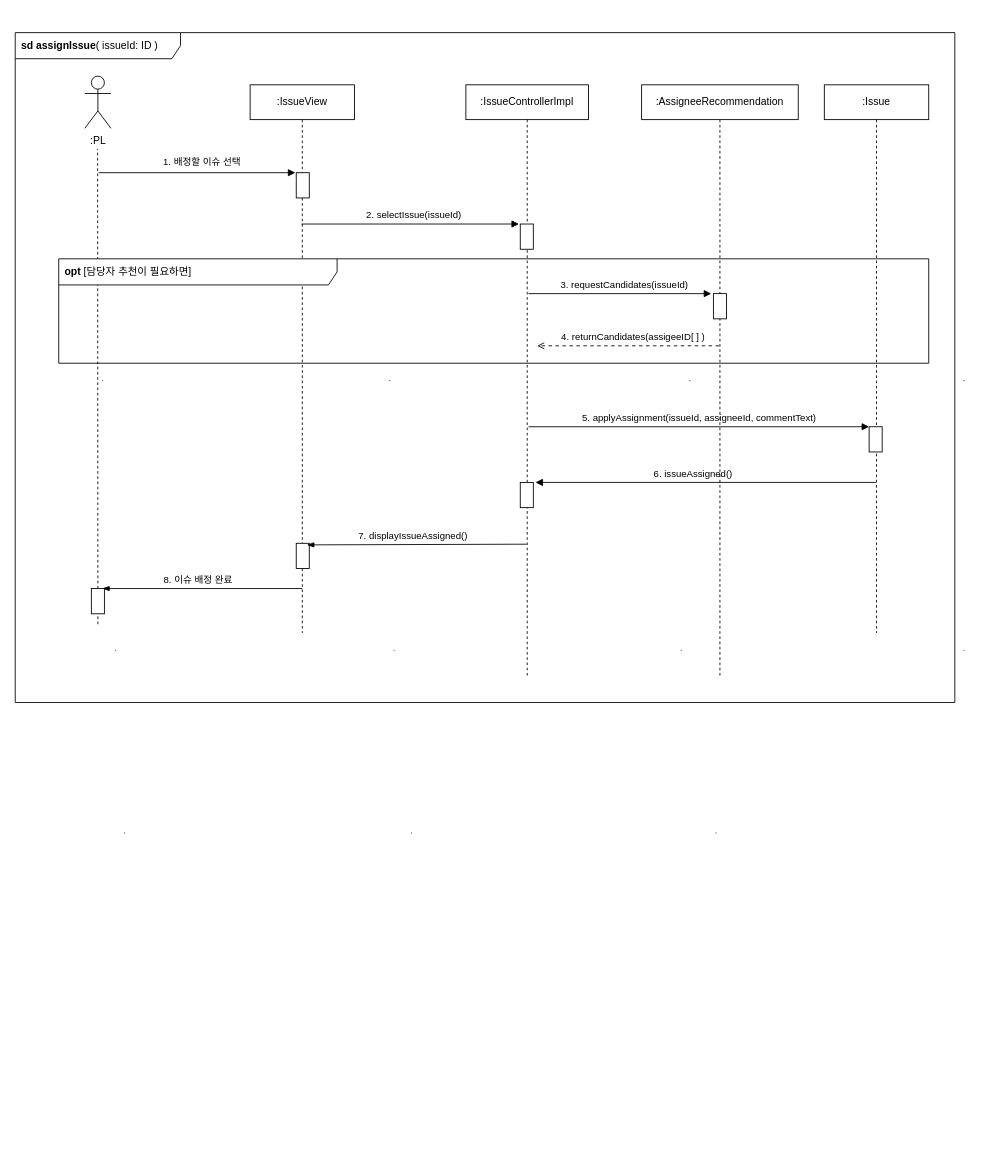
Above: docs/산출물/04. SSD& Operation Contract/Ver1.0/uc03-ssd.drawio in cau-sw-2026-spring-se01-team5/SE-Spring-Term-Project (draw.io), before the change. Source tidied: cells renumbered, new cells numbered last; positions are measured from the earlier drawing's top-left corner, leaving out a move shared by most shapes. Both pictures are drawn from the tidied source at 87%, with x=0, y=0 at pixel (15, 32).
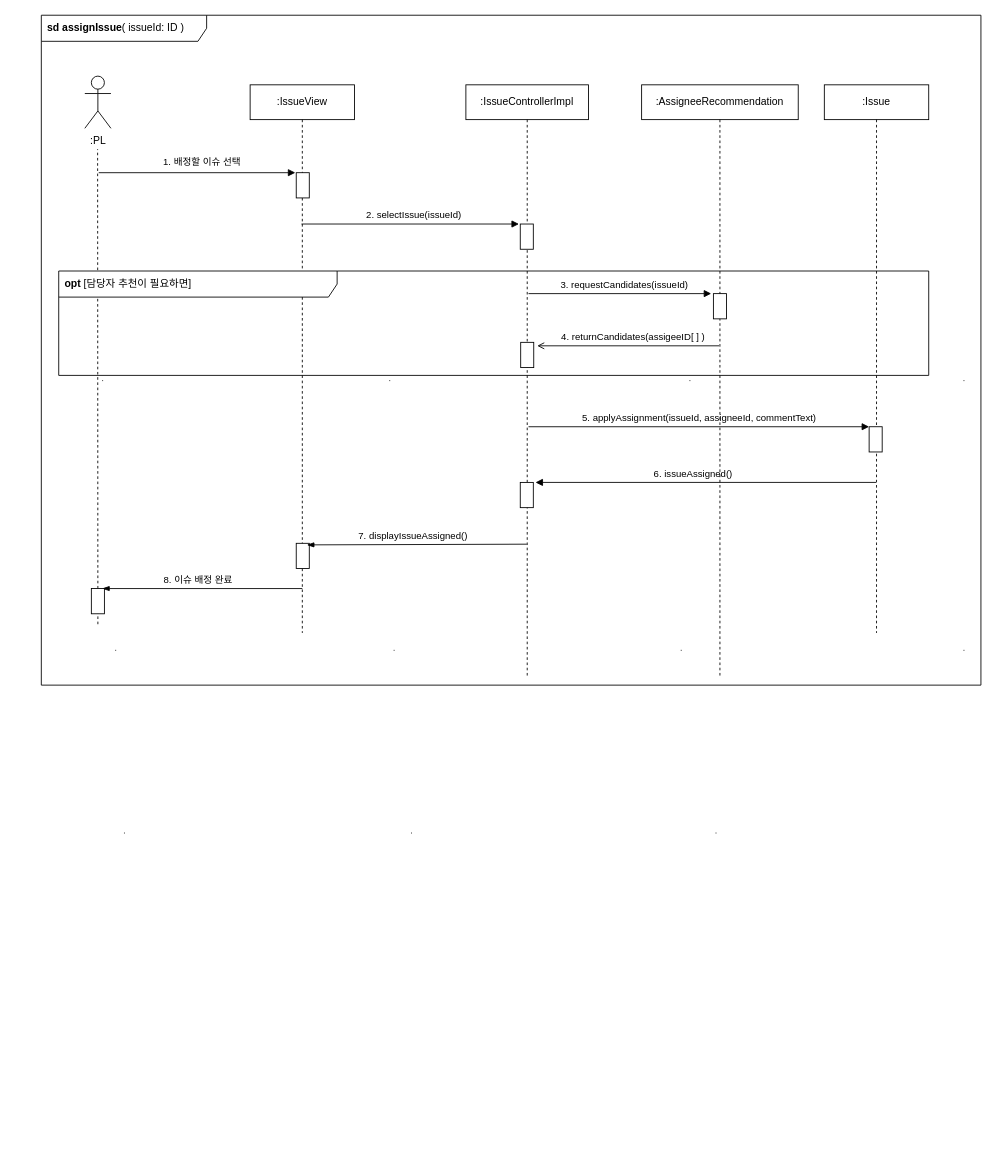
The same page after the edit.

Commit message (it also covers changes not shown here):
SSD 03 디자인 수정

The change refers to these unchanged cells:
```xml
<mxCell id="21" value="&lt;span style=&quot;&quot;&gt;:IssueControllerImpl&lt;/span&gt;" style="shape=umlLifeline;perimeter=lifelinePerimeter;whiteSpace=wrap;html=1;" parent="1" vertex="1">
  <mxGeometry x="518" y="60" width="141" height="680" as="geometry" />
</mxCell>
<mxCell id="29" value="&lt;span style=&quot;&quot;&gt;:AssigneeRecommendation&lt;/span&gt;" style="shape=umlLifeline;perimeter=lifelinePerimeter;whiteSpace=wrap;html=1;" parent="1" vertex="1">
  <mxGeometry x="720" y="60" width="180" height="680" as="geometry" />
</mxCell>
```

Change to the diagram source:
```diff
@@
+    <mxCell id="38" style="rounded=0;whiteSpace=wrap;html=1;strokeColor=#000000;strokeWidth=1;fillColor=default;" parent="21" vertex="1">
+      <mxGeometry x="63" y="296" width="15" height="29" as="geometry" />
+    </mxCell>
@@
-    <mxCell id="31" value="4. returnCandidates(assigeeID[ ] )" style="endArrow=open;endFill=0;dashed=1;dashPattern=4 4;html=1;" parent="29" edge="1">
+    <mxCell id="31" value="4. returnCandidates(assigeeID[ ] )" style="endArrow=open;endFill=0;html=1;" parent="29" edge="1">
       <mxGeometry x="-0.05" y="-10" relative="1" as="geometry">
         <mxPoint x="89" y="300" as="sourcePoint" />
         <mxPoint x="-120" y="300" as="targetPoint" />
       </mxGeometry>
     </mxCell>
     <mxCell id="32" value="&lt;span style=&quot;&quot;&gt;&lt;b&gt;opt&lt;/b&gt; [담당자 추천이 필요하면]&lt;/span&gt;" style="shape=umlFrame;whiteSpace=wrap;html=1;width=320;height=30;boundedLbl=1;verticalAlign=middle;align=left;spacingLeft=5;strokeColor=#000000;strokeWidth=1;fillColor=default;" parent="1" vertex="1">
-      <mxGeometry x="50" y="260" width="1000" height="120" as="geometry" />
+      <mxGeometry x="50" y="274" width="1000" height="120" as="geometry" />
     </mxCell>
@@
     <mxCell id="37" value="&lt;span style=&quot;text-align: center;&quot;&gt;&lt;b&gt;sd&amp;nbsp;&lt;/b&gt;&lt;/span&gt;&lt;b&gt;assignIssue&lt;/b&gt;( issueId: ID )" style="shape=umlFrame;whiteSpace=wrap;html=1;width=190;height=30;boundedLbl=1;verticalAlign=middle;align=left;spacingLeft=5;" parent="1" vertex="1">
-      <mxGeometry width="1080" height="770" as="geometry" />
+      <mxGeometry x="30" y="-20" width="1080" height="770" as="geometry" />
     </mxCell>
```
